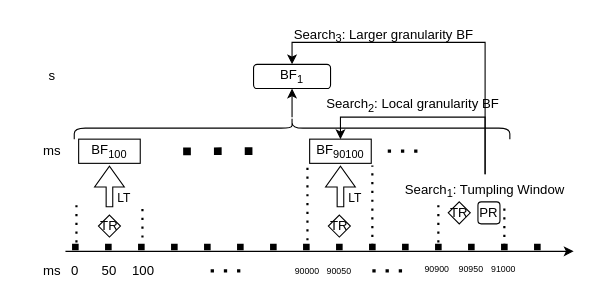
Earlier version of the draw.io diagram page "第 6 页" (6 of 6) of 多分辨率时间关系复杂事件识别.drawio (LiLiJacky/graphData). Source tidied: cells renumbered, new cells numbered last; positions are measured from the earlier drawing's top-left corner, leaving out a move shared by most shapes. Both pictures are drawn from the tidied source at 110%, with x=0, y=0 at pixel (19, -90).
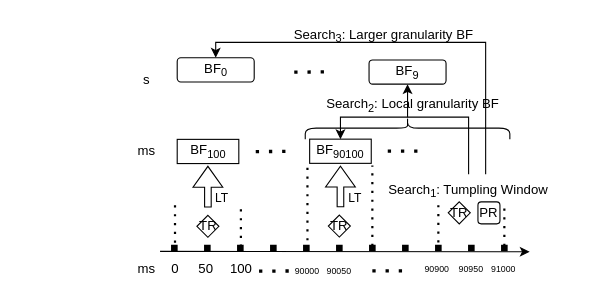
Above is the later version.

Commit message:
更新多分辨率时间关系复杂事件识别.drawio

The change refers to these unchanged cells:
```xml
<mxCell id="9" value="91000" style="text;html=1;strokeColor=none;fillColor=none;align=center;verticalAlign=middle;whiteSpace=wrap;rounded=0;fontSize=8;" parent="1" vertex="1">
  <mxGeometry x="410" y="311" width="60.5" height="30" as="geometry" />
</mxCell>
```

Diff of the diagram source:
```diff
@@
-    <mxCell id="2" style="endArrow=classic;html=1;rounded=0;" parent="1" edge="1">
+    <mxCell id="2" style="endArrow=classic;html=1;rounded=0;entryX=0.893;entryY=-0.021;entryDx=0;entryDy=0;entryPerimeter=0;" parent="1" edge="1" target="9">
       <mxGeometry relative="1" as="geometry">
-        <mxPoint x="42" y="310" as="sourcePoint" />
-        <mxPoint x="504" y="310" as="targetPoint" />
+        <mxPoint x="128" y="310" as="sourcePoint" />
       </mxGeometry>
     </mxCell>
     <mxCell id="3" style="endArrow=none;dashed=1;html=1;rounded=0;strokeWidth=6;jumpSize=6;endSize=6;dashPattern=1 4;" parent="1" edge="1">
       <mxGeometry relative="1" as="geometry">
-        <mxPoint x="48" y="306" as="sourcePoint" />
-        <mxPoint x="474" y="306" as="targetPoint" />
+        <mxPoint x="138" y="307" as="sourcePoint" />
+        <mxPoint x="460" y="307" as="targetPoint" />
       </mxGeometry>
     </mxCell>
     <mxCell id="4" value="ms" style="text;html=1;strokeColor=none;fillColor=none;align=center;verticalAlign=middle;whiteSpace=wrap;rounded=0;" parent="1" vertex="1">
-      <mxGeometry y="313" width="60" height="30" as="geometry" />
+      <mxGeometry x="86" y="311" width="60" height="30" as="geometry" />
     </mxCell>
     <mxCell id="5" value="0" style="text;html=1;strokeColor=none;fillColor=none;align=center;verticalAlign=middle;whiteSpace=wrap;rounded=0;" parent="1" vertex="1">
-      <mxGeometry x="21" y="313" width="60" height="30" as="geometry" />
+      <mxGeometry x="111.6" y="311" width="60" height="30" as="geometry" />
     </mxCell>
     <mxCell id="6" value="50" style="text;html=1;strokeColor=none;fillColor=none;align=center;verticalAlign=middle;whiteSpace=wrap;rounded=0;" parent="1" vertex="1">
-      <mxGeometry x="52" y="313" width="60" height="30" as="geometry" />
+      <mxGeometry x="139.6" y="311" width="60" height="30" as="geometry" />
     </mxCell>
     <mxCell id="7" value="100" style="text;html=1;strokeColor=none;fillColor=none;align=center;verticalAlign=middle;whiteSpace=wrap;rounded=0;" parent="1" vertex="1">
-      <mxGeometry x="83" y="313" width="60" height="30" as="geometry" />
+      <mxGeometry x="171.5" y="311" width="60" height="30" as="geometry" />
     </mxCell>
@@
     <mxCell id="13" style="endArrow=none;dashed=1;html=1;dashPattern=1 3;strokeWidth=2;rounded=0;" parent="1" edge="1">
       <mxGeometry relative="1" as="geometry">
-        <mxPoint x="52" y="302" as="sourcePoint" />
-        <mxPoint x="52" y="265" as="targetPoint" />
+        <mxPoint x="141.6" y="302.2" as="sourcePoint" />
+        <mxPoint x="141.6" y="265.2" as="targetPoint" />
       </mxGeometry>
     </mxCell>
@@
-    <mxCell id="19" style="edgeStyle=orthogonalEdgeStyle;rounded=0;jettySize=auto;html=1;entryX=0.5;entryY=0;entryDx=0;entryDy=0;" parent="1" edge="1" source="20" target="39">
+    <mxCell id="19" style="edgeStyle=orthogonalEdgeStyle;rounded=0;jettySize=auto;html=1;entryX=0.5;entryY=0;entryDx=0;entryDy=0;" parent="1" edge="1" source="20" target="43">
       <mxGeometry relative="1" as="geometry">
         <Array as="points">
           <mxPoint x="424" y="120" />
-          <mxPoint x="248" y="120" />
+          <mxPoint x="179" y="120" />
         </Array>
       </mxGeometry>
     </mxCell>
     <mxCell id="20" value="Search&lt;sub&gt;1&lt;/sub&gt;: Tumpling Window" style="text;html=1;strokeColor=none;fillColor=none;align=center;verticalAlign=middle;whiteSpace=wrap;rounded=0;" parent="1" vertex="1">
-      <mxGeometry x="348" y="240" width="151" height="30" as="geometry" />
+      <mxGeometry x="333" y="240" width="151" height="30" as="geometry" />
     </mxCell>
@@
-    <mxCell id="30" style="endArrow=none;dashed=1;html=1;dashPattern=1 3;strokeWidth=7;rounded=0;" parent="1" edge="1">
+    <mxCell id="30" style="endArrow=none;dashed=1;html=1;dashPattern=1 3;strokeWidth=3;rounded=0;" parent="1" edge="1">
       <mxGeometry relative="1" as="geometry">
-        <mxPoint x="149" y="219.1" as="sourcePoint" />
-        <mxPoint x="227" y="218.8" as="targetPoint" />
+        <mxPoint x="215" y="219.4" as="sourcePoint" />
+        <mxPoint x="246" y="219" as="targetPoint" />
       </mxGeometry>
     </mxCell>
     <mxCell id="31" value="TR" style="rhombus;whiteSpace=wrap;html=1;" parent="1" vertex="1">
-      <mxGeometry x="72" y="277" width="20" height="20" as="geometry" />
+      <mxGeometry x="161.5" y="277.2" width="20" height="20" as="geometry" />
     </mxCell>
     <mxCell id="32" style="endArrow=none;dashed=1;html=1;dashPattern=1 3;strokeWidth=2;rounded=0;" parent="1" edge="1">
       <mxGeometry relative="1" as="geometry">
-        <mxPoint x="112" y="305.5" as="sourcePoint" />
-        <mxPoint x="112" y="268.5" as="targetPoint" />
+        <mxPoint x="201.5" y="305.8" as="sourcePoint" />
+        <mxPoint x="201.5" y="268.8" as="targetPoint" />
       </mxGeometry>
     </mxCell>
     <mxCell id="33" style="endArrow=none;dashed=1;html=1;dashPattern=1 3;strokeWidth=3;rounded=0;" parent="1" edge="1">
       <mxGeometry relative="1" as="geometry">
-        <mxPoint x="174" y="327.8" as="sourcePoint" />
-        <mxPoint x="209" y="327.8" as="targetPoint" />
+        <mxPoint x="218" y="328" as="sourcePoint" />
+        <mxPoint x="253" y="327.8" as="targetPoint" />
       </mxGeometry>
     </mxCell>
     <mxCell id="34" style="shape=flexArrow;endArrow=classic;html=1;rounded=0;width=6;" parent="1" edge="1">
       <mxGeometry relative="1" as="geometry">
-        <mxPoint x="82" y="270" as="sourcePoint" />
-        <mxPoint x="82" y="232" as="targetPoint" />
+        <mxPoint x="171.5" y="270.2" as="sourcePoint" />
+        <mxPoint x="171.5" y="232.2" as="targetPoint" />
       </mxGeometry>
     </mxCell>
@@
     <mxCell id="36" value="BF&lt;sub&gt;100&lt;/sub&gt;" style="rounded=0;whiteSpace=wrap;html=1;" parent="1" vertex="1">
-      <mxGeometry x="54" y="208" width="56" height="22" as="geometry" />
+      <mxGeometry x="143.6" y="208.2" width="56" height="22" as="geometry" />
     </mxCell>
@@
     <mxCell id="38" style="shape=curlyBracket;whiteSpace=wrap;html=1;rounded=1;labelPosition=left;verticalLabelPosition=middle;align=right;verticalAlign=middle;rotation=90;" parent="1" vertex="1">
-      <mxGeometry x="238" width="20" height="396" as="geometry" />
+      <mxGeometry x="343" y="105" width="20" height="186" as="geometry" />
     </mxCell>
-    <mxCell id="39" value="BF&lt;sub&gt;1&lt;/sub&gt;" style="whiteSpace=wrap;html=1;align=center;rounded=1;" parent="1" vertex="1">
-      <mxGeometry x="213" y="140" width="70" height="22" as="geometry" />
+    <mxCell id="39" value="BF&lt;sub&gt;9&lt;/sub&gt;" style="whiteSpace=wrap;html=1;align=center;rounded=1;" parent="1" vertex="1">
+      <mxGeometry x="318" y="136" width="70" height="22" as="geometry" />
     </mxCell>
     <mxCell id="40" value="ms" style="text;html=1;strokeColor=none;fillColor=none;align=center;verticalAlign=middle;whiteSpace=wrap;rounded=0;" parent="1" vertex="1">
-      <mxGeometry y="204" width="60" height="30" as="geometry" />
+      <mxGeometry x="86" y="204" width="60" height="30" as="geometry" />
     </mxCell>
     <mxCell id="41" value="s" style="text;html=1;strokeColor=none;fillColor=none;align=center;verticalAlign=middle;whiteSpace=wrap;rounded=0;" parent="1" vertex="1">
-      <mxGeometry y="136" width="60" height="30" as="geometry" />
+      <mxGeometry x="86" y="139" width="60" height="30" as="geometry" />
     </mxCell>
@@
+    <mxCell id="43" value="BF&lt;sub&gt;0&lt;/sub&gt;" style="whiteSpace=wrap;html=1;align=center;rounded=1;" parent="1" vertex="1">
+      <mxGeometry x="143.6" y="134" width="70" height="22" as="geometry" />
+    </mxCell>
+    <mxCell id="44" style="endArrow=none;dashed=1;html=1;dashPattern=1 3;strokeWidth=3;rounded=0;" parent="1" edge="1">
+      <mxGeometry relative="1" as="geometry">
+        <mxPoint x="250" y="147.1" as="sourcePoint" />
+        <mxPoint x="281" y="146.8" as="targetPoint" />
+      </mxGeometry>
+    </mxCell>
```
